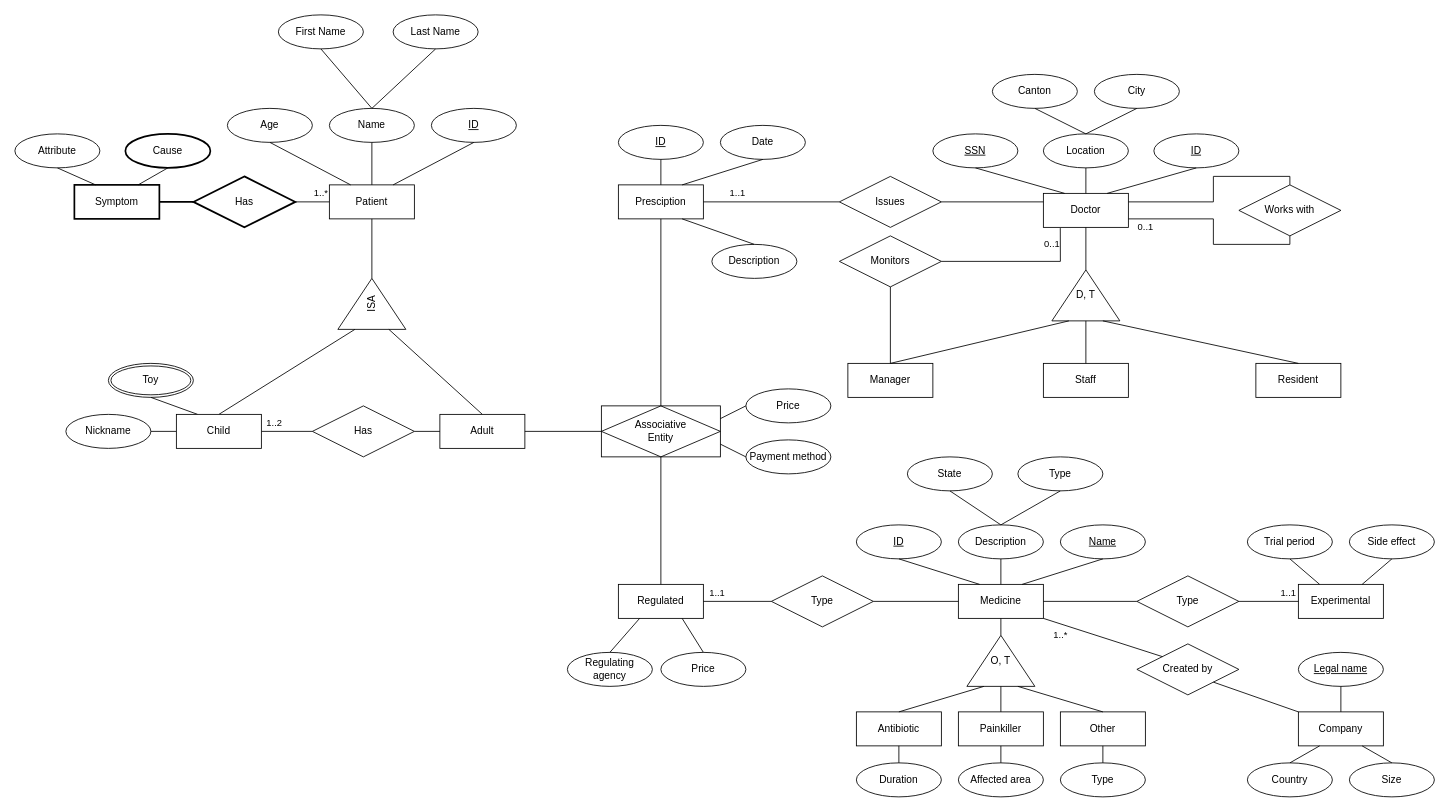
Before: Untitled Diagram.drawio in karma-riuk/DM_Assignments, a draw.io diagram. Source tidied: cells renumbered, new cells numbered last; positions are measured from the earlier drawing's top-left corner, leaving out a move shared by most shapes. Both pictures are drawn from the tidied source at 85%, with x=0, y=0 at pixel (14, 14).
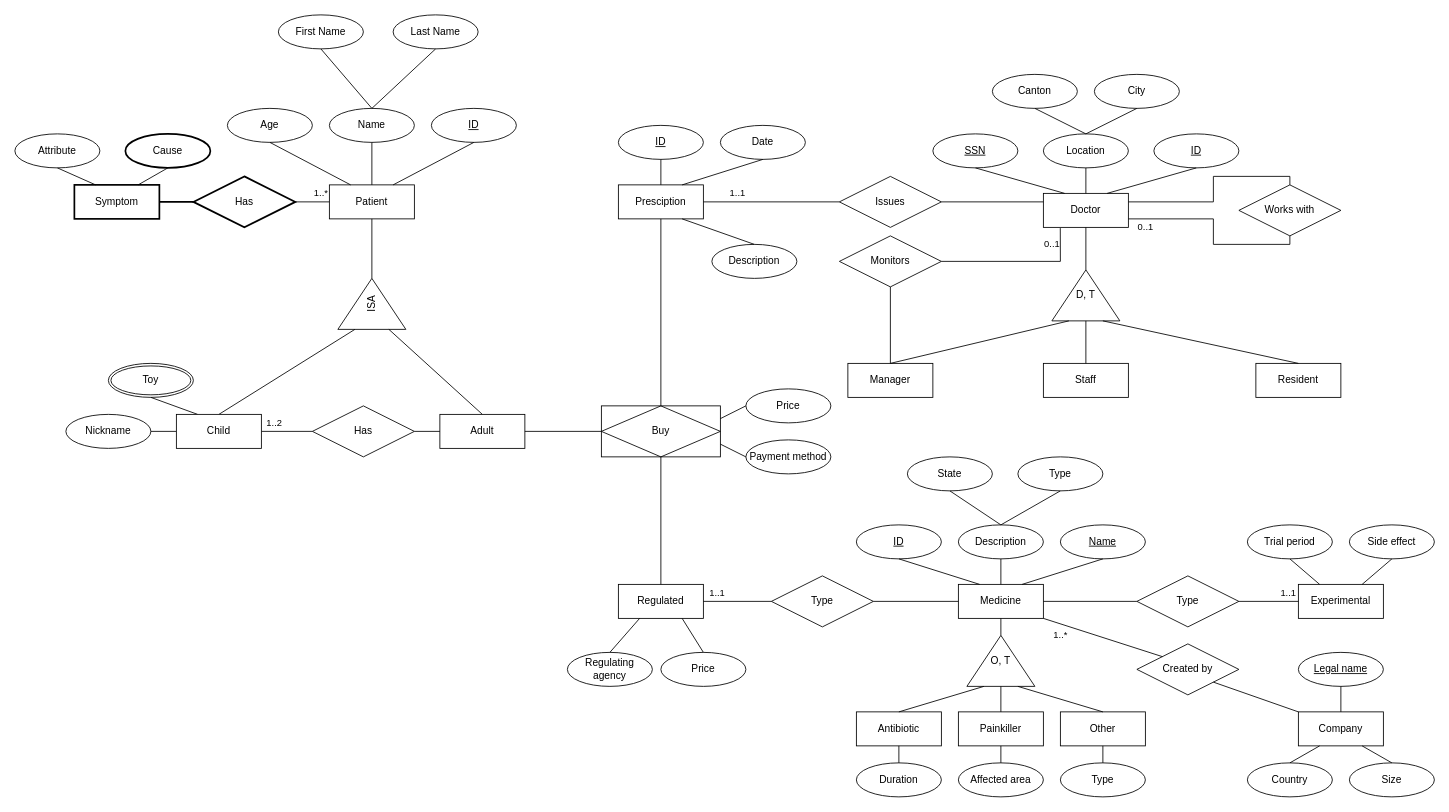
The same page after the edit.

What changed in the source:
```diff
@@
-    <mxCell id="120" value="Associative&#10;Entity" style="shape=associativeEntity;whiteSpace=wrap;html=1;align=center;" parent="1" vertex="1">
+    <mxCell id="120" value="Buy" style="shape=associativeEntity;whiteSpace=wrap;html=1;align=center;" parent="1" vertex="1">
       <mxGeometry x="690" y="460" width="140" height="60" as="geometry" />
     </mxCell>
```
